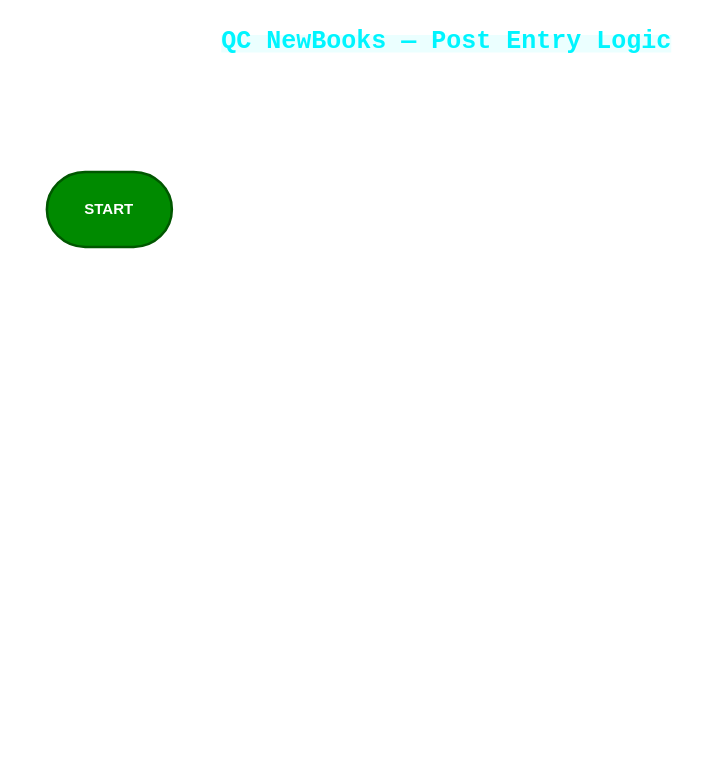
Before: page "Part A — Flowchart" (1 of 2) of QC_NewBooks_Diagrams.drawio in callefrankie227-beep/diagram-qc-new-books, a draw.io diagram. Source tidied: cells renumbered, new cells numbered last; positions are measured from the earlier drawing's top-left corner, leaving out a move shared by most shapes. Both pictures are drawn from the tidied source at 125%, with x=0, y=0 at pixel (46, 21).
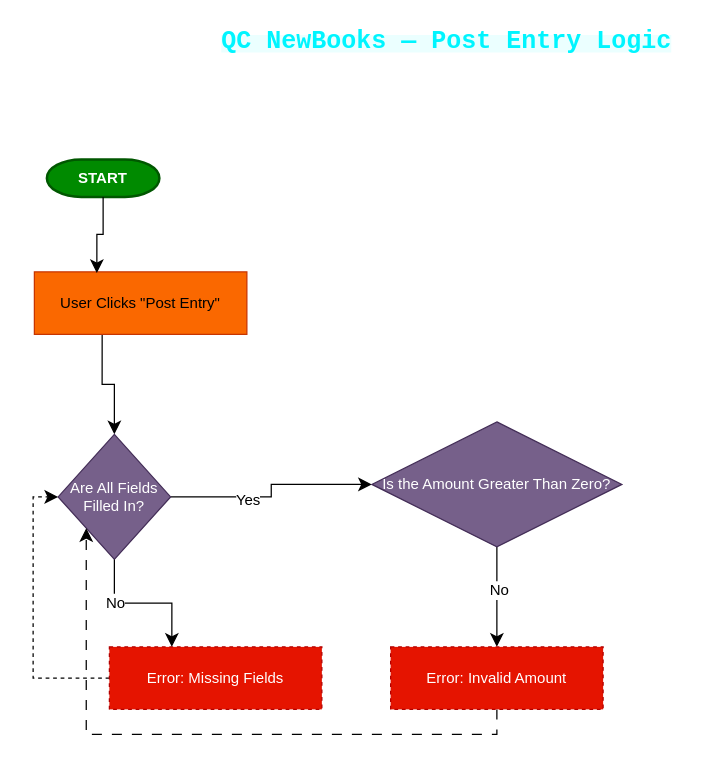
The same page after the edit.

What changed in the source:
```diff
@@
 <mxGraphModel>
   <root>
     <mxCell id="0" />
     <mxCell id="1" parent="0" />
     <mxCell id="2" value="&lt;span style=&quot;color: rgb(0, 245, 255); font-family: &amp;quot;Share Tech Mono&amp;quot;, monospace; text-align: start; background-color: rgba(0, 245, 255, 0.08);&quot;&gt;&lt;b style=&quot;&quot;&gt;&lt;font style=&quot;font-size: 20px;&quot;&gt;QC NewBooks — Post Entry Logic&lt;/font&gt;&lt;/b&gt;&lt;/span&gt;" style="text;html=1;whiteSpace=wrap;strokeColor=none;fillColor=light-dark(#FFFFFF,#66FFFF);align=center;verticalAlign=middle;rounded=0;" parent="1" vertex="1">
       <mxGeometry x="125" width="390" height="30" as="geometry" />
     </mxCell>
     <mxCell id="3" value="&lt;b&gt;START&lt;/b&gt;" style="strokeWidth=2;html=1;shape=mxgraph.flowchart.terminator;whiteSpace=wrap;fillColor=#008a00;fontColor=#ffffff;strokeColor=light-dark(#005700,#003300);gradientColor=none;" parent="1" vertex="1">
-      <mxGeometry y="120" width="100" height="60" as="geometry" />
+      <mxGeometry y="110" width="90" height="30" as="geometry" />
     </mxCell>
+    <mxCell id="4" style="edgeStyle=orthogonalEdgeStyle;rounded=0;jettySize=auto;html=1;entryX=0.5;entryY=0;entryDx=0;entryDy=0;fontSize=12;startSize=8;endSize=8;exitX=0.319;exitY=1.002;exitDx=0;exitDy=0;exitPerimeter=0;" parent="1" edge="1" source="5" target="9">
+      <mxGeometry relative="1" as="geometry" />
+    </mxCell>
+    <mxCell id="5" value="User Clicks &quot;Post Entry&quot;" style="html=1;dashed=0;whiteSpace=wrap;fillColor=#fa6800;fontColor=light-dark(#000000,#000000);strokeColor=light-dark(#C73500,#331A00);" parent="1" vertex="1">
+      <mxGeometry x="-10" y="200" width="170" height="50" as="geometry" />
+    </mxCell>
+    <mxCell id="6" style="edgeStyle=orthogonalEdgeStyle;rounded=0;jettySize=auto;html=1;entryX=0.294;entryY=0.02;entryDx=0;entryDy=0;entryPerimeter=0;fontSize=12;startSize=8;endSize=8;exitX=0.5;exitY=1;exitDx=0;exitDy=0;exitPerimeter=0;" parent="1" edge="1" source="3" target="5">
+      <mxGeometry relative="1" as="geometry" />
+    </mxCell>
+    <mxCell id="7" style="edgeStyle=orthogonalEdgeStyle;rounded=0;jettySize=auto;html=1;exitX=1;exitY=0.5;exitDx=0;exitDy=0;entryX=0;entryY=0.5;entryDx=0;entryDy=0;fontSize=12;startSize=8;endSize=8;" parent="1" edge="1" source="9" target="16">
+      <mxGeometry relative="1" as="geometry" />
+    </mxCell>
+    <mxCell id="8" value="Yes" style="edgeLabel;html=1;align=center;verticalAlign=middle;fontSize=12;" parent="7" vertex="1">
+      <mxGeometry x="-0.29" y="-2" relative="1" as="geometry" />
+    </mxCell>
+    <mxCell id="9" value="Are All Fields Filled In?" style="rhombus;whiteSpace=wrap;html=1;fillColor=#76608a;fontColor=#ffffff;strokeColor=light-dark(#432D57,#190033);" parent="1" vertex="1">
+      <mxGeometry x="9" y="330" width="90" height="100" as="geometry" />
+    </mxCell>
+    <mxCell id="10" style="edgeStyle=orthogonalEdgeStyle;rounded=0;jettySize=auto;html=1;exitX=0;exitY=0.5;exitDx=0;exitDy=0;entryX=0;entryY=0.5;entryDx=0;entryDy=0;fontSize=12;startSize=8;endSize=8;dashed=1;" parent="1" edge="1" source="11" target="9">
+      <mxGeometry relative="1" as="geometry" />
+    </mxCell>
+    <mxCell id="11" value="Error: Missing Fields" style="html=1;dashed=1;whiteSpace=wrap;fillColor=light-dark(#E51400,#FF3333);fontColor=#ffffff;strokeColor=light-dark(#B20000,#330000);" parent="1" vertex="1">
+      <mxGeometry x="50" y="500" width="170" height="50" as="geometry" />
+    </mxCell>
+    <mxCell id="12" style="rounded=0;jettySize=auto;html=1;exitX=0.5;exitY=1;exitDx=0;exitDy=0;entryX=0.294;entryY=0;entryDx=0;entryDy=0;entryPerimeter=0;fontSize=12;startSize=8;endSize=8;edgeStyle=orthogonalEdgeStyle;" parent="1" edge="1" source="9" target="11">
+      <mxGeometry relative="1" as="geometry" />
+    </mxCell>
+    <mxCell id="13" value="No" style="edgeLabel;html=1;align=center;verticalAlign=middle;fontSize=12;" parent="12" vertex="1">
+      <mxGeometry x="-0.42" relative="1" as="geometry" />
+    </mxCell>
+    <mxCell id="14" style="edgeStyle=orthogonalEdgeStyle;rounded=0;jettySize=auto;html=1;exitX=0.5;exitY=1;exitDx=0;exitDy=0;fontSize=12;startSize=8;endSize=8;entryX=0.5;entryY=0;entryDx=0;entryDy=0;" parent="1" edge="1" source="16" target="18">
+      <mxGeometry relative="1" as="geometry" />
+    </mxCell>
+    <mxCell id="15" value="No" style="edgeLabel;html=1;align=center;verticalAlign=middle;fontSize=12;" parent="14" vertex="1">
+      <mxGeometry x="-0.14" y="1" relative="1" as="geometry" />
+    </mxCell>
+    <mxCell id="16" value="&lt;div style=&quot;&quot;&gt;&lt;span style=&quot;background-color: transparent; color: light-dark(rgb(255, 255, 255), rgb(18, 18, 18));&quot;&gt;Is the Amount Greater Than Zero?&lt;/span&gt;&lt;/div&gt;" style="rhombus;whiteSpace=wrap;html=1;fillColor=#76608a;strokeColor=#432D57;fontColor=#ffffff;align=center;" parent="1" vertex="1">
+      <mxGeometry x="260" y="320" width="200" height="100" as="geometry" />
+    </mxCell>
+    <mxCell id="17" style="edgeStyle=orthogonalEdgeStyle;rounded=0;jettySize=auto;html=1;exitX=0.5;exitY=1;exitDx=0;exitDy=0;fontSize=12;startSize=8;endSize=8;dashed=1;dashPattern=8 8;entryX=0;entryY=1;entryDx=0;entryDy=0;" parent="1" edge="1" source="18" target="9">
+      <mxGeometry relative="1" as="geometry" />
+    </mxCell>
+    <mxCell id="18" value="Error: Invalid Amount" style="html=1;dashed=1;whiteSpace=wrap;fillColor=light-dark(#E51400,#FF3333);fontColor=#ffffff;strokeColor=light-dark(#B20000,#330000);" parent="1" vertex="1">
+      <mxGeometry x="275" y="500" width="170" height="50" as="geometry" />
+    </mxCell>
   </root>
 </mxGraphModel>
```
